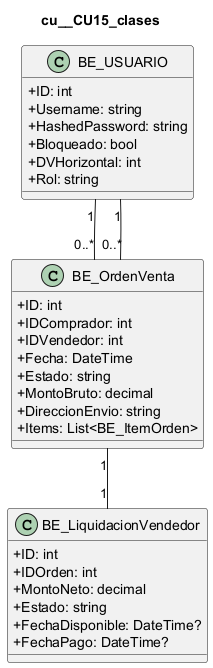
L-Muniz/uai-diploma_2026 keeps this PlantUML diagram as docs/diagramas/uml_png/cu__CU15_clases.png. Above is the earlier version. Source of this version:
```plantuml
@startuml
skinparam classAttributeIconSize 0
title cu__CU15_clases
class "BE_USUARIO" as USUARIO {
  +ID: int
  +Username: string
  +HashedPassword: string
  +Bloqueado: bool
  +DVHorizontal: int
  +Rol: string
}
class "BE_OrdenVenta" as ORDEN {
  +ID: int
  +IDComprador: int
  +IDVendedor: int
  +Fecha: DateTime
  +Estado: string
  +MontoBruto: decimal
  +DireccionEnvio: string
  +Items: List<BE_ItemOrden>
}
class "BE_LiquidacionVendedor" as LIQUIDACION {
  +ID: int
  +IDOrden: int
  +MontoNeto: decimal
  +Estado: string
  +FechaDisponible: DateTime?
  +FechaPago: DateTime?
}
USUARIO "1" -- "0..*" ORDEN
USUARIO "1" -- "0..*" ORDEN
ORDEN "1" -- "1" LIQUIDACION
@enduml
```
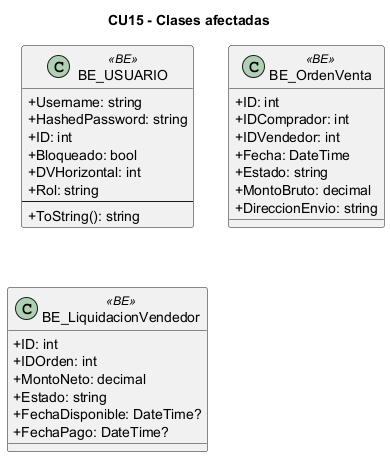
The same diagram one commit later.

The edit, as a diff of the source:
```diff
@@ -1,15 +1,17 @@
 @startuml
 skinparam classAttributeIconSize 0
-title cu__CU15_clases
-class "BE_USUARIO" as USUARIO {
-  +ID: int
+title CU15 - Clases afectadas
+class "BE_USUARIO" as BE_USUARIO <<BE>> {
   +Username: string
   +HashedPassword: string
+  +ID: int
   +Bloqueado: bool
   +DVHorizontal: int
   +Rol: string
+  --
+  +ToString(): string
 }
-class "BE_OrdenVenta" as ORDEN {
+class "BE_OrdenVenta" as BE_OrdenVenta <<BE>> {
   +ID: int
   +IDComprador: int
   +IDVendedor: int
@@ -17,9 +19,8 @@
   +Estado: string
   +MontoBruto: decimal
   +DireccionEnvio: string
-  +Items: List<BE_ItemOrden>
 }
-class "BE_LiquidacionVendedor" as LIQUIDACION {
+class "BE_LiquidacionVendedor" as BE_LiquidacionVendedor <<BE>> {
   +ID: int
   +IDOrden: int
   +MontoNeto: decimal
@@ -27,7 +28,4 @@
   +FechaDisponible: DateTime?
   +FechaPago: DateTime?
 }
-USUARIO "1" -- "0..*" ORDEN
-USUARIO "1" -- "0..*" ORDEN
-ORDEN "1" -- "1" LIQUIDACION
 @enduml
```
